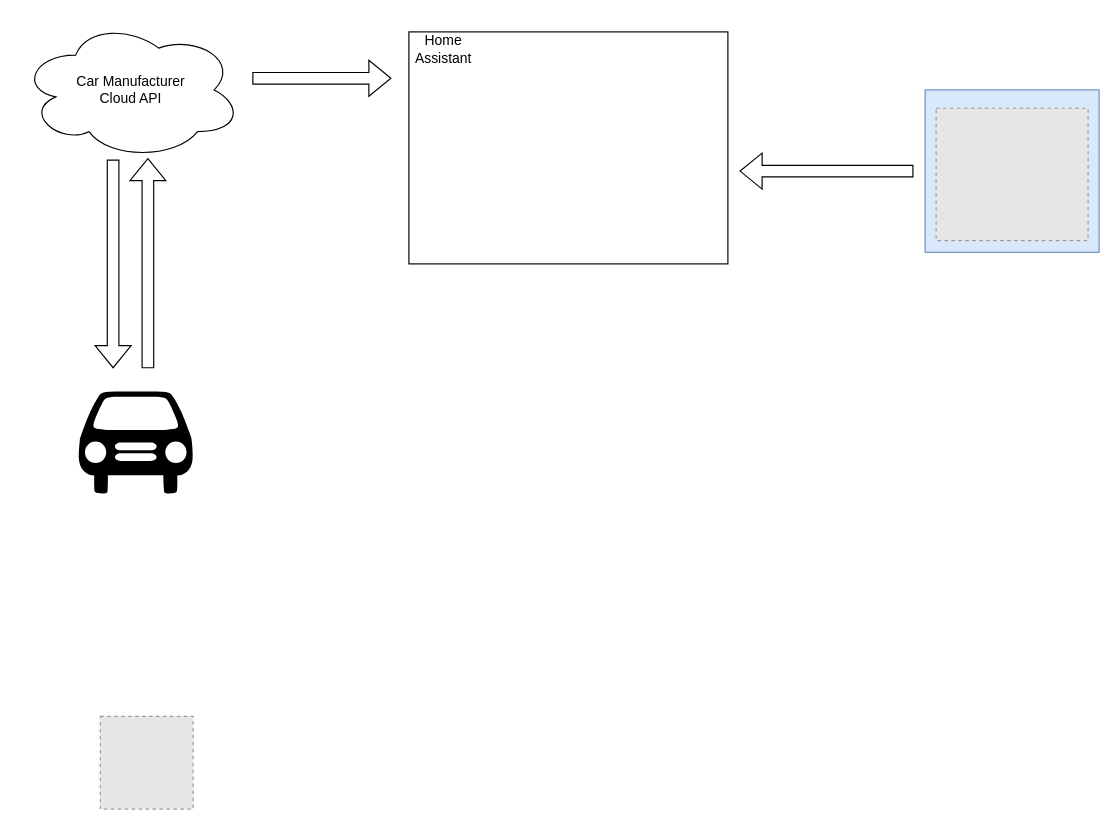
The draw.io diagram dataflows/Untitled Diagram.drawio in thomase1234/fake-xemex-csmb, before the edit. Source tidied: cells renumbered, new cells numbered last; positions are measured from the earlier drawing's top-left corner, leaving out a move shared by most shapes. Both pictures are drawn from the tidied source at 116%, with x=0, y=0 at pixel (20, 20). Pictures stored in the file or linked from it are replaced by grey dashed boxes.
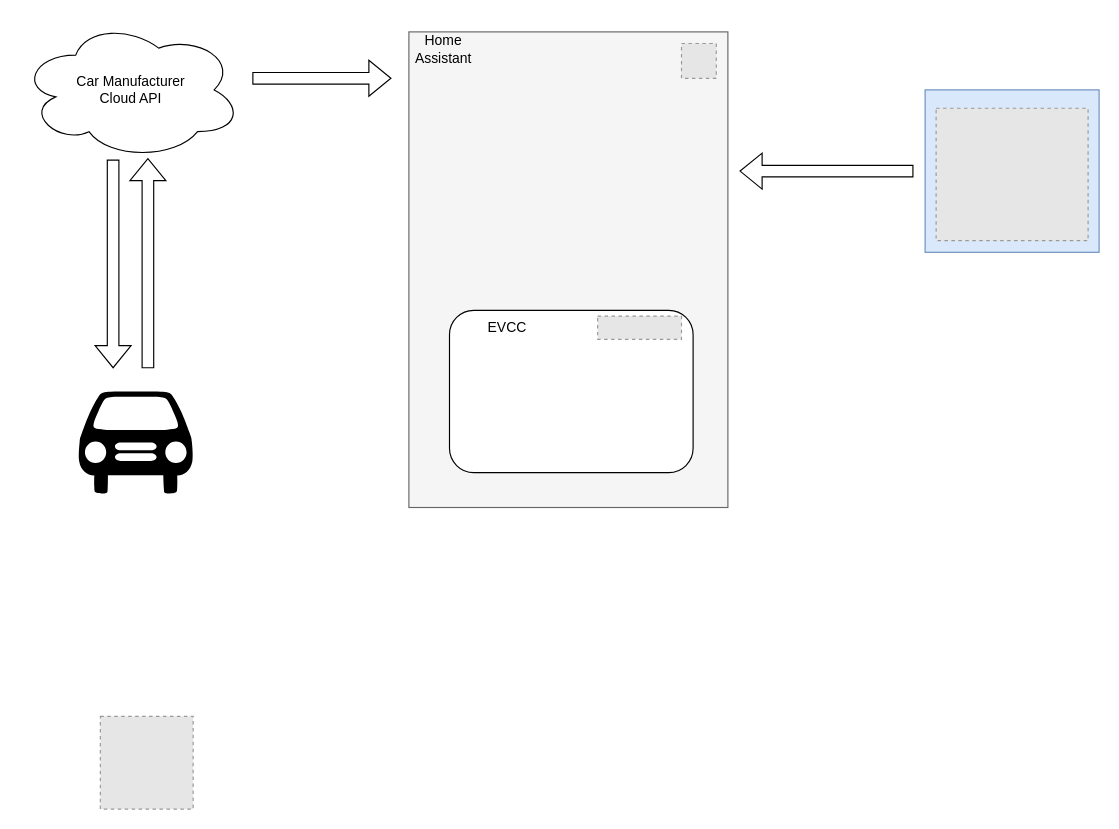
The same page after the edit.

Change to the diagram source:
```diff
@@
-    <mxCell id="7" style="rounded=0;whiteSpace=wrap;html=1;" parent="1" vertex="1">
-      <mxGeometry x="335" y="10" width="275" height="200" as="geometry" />
+    <mxCell id="7" style="rounded=0;whiteSpace=wrap;html=1;fillColor=#f5f5f5;fontColor=#333333;strokeColor=#666666;" parent="1" vertex="1">
+      <mxGeometry x="335" y="10" width="275" height="410" as="geometry" />
     </mxCell>
@@
+    <mxCell id="14" style="fillColor=#E6E6E6;strokeColor=#999999;dashed=1;verticalLabelPosition=bottom;verticalAlign=top;" parent="1" vertex="1">
+      <mxGeometry x="570" y="20" width="30" height="30" as="geometry" />
+    </mxCell>
+    <mxCell id="15" style="rounded=1;whiteSpace=wrap;html=1;" parent="1" vertex="1">
+      <mxGeometry x="370" y="250" width="210" height="140" as="geometry" />
+    </mxCell>
+    <mxCell id="16" value="EVCC" style="text;html=1;align=center;verticalAlign=middle;whiteSpace=wrap;rounded=0;" parent="1" vertex="1">
+      <mxGeometry x="390" y="250" width="60" height="30" as="geometry" />
+    </mxCell>
+    <mxCell id="17" style="fillColor=#E6E6E6;strokeColor=#999999;dashed=1;verticalLabelPosition=bottom;verticalAlign=top;" parent="1" vertex="1">
+      <mxGeometry x="497.7" y="255" width="72.3" height="20" as="geometry" />
+    </mxCell>
```
